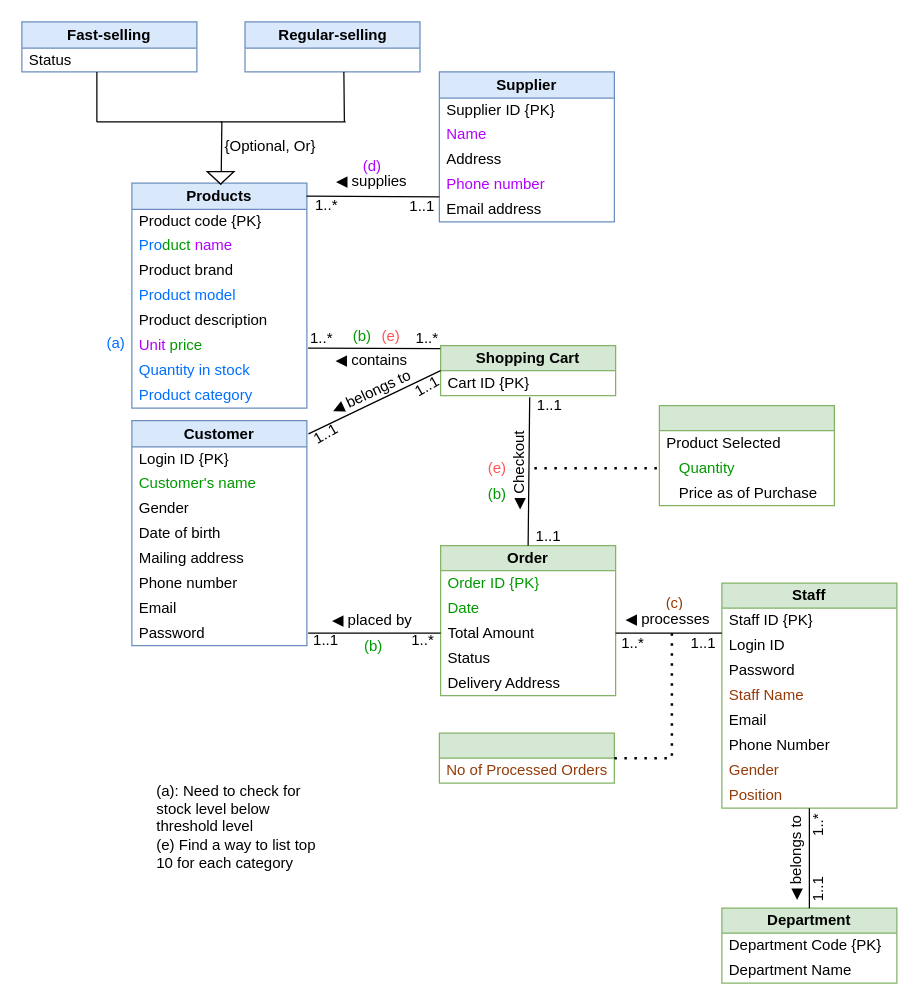
Before: Assignment_1.drawio in shadowngks/DBMS, a draw.io diagram. Source tidied: cells renumbered, new cells numbered last; positions are measured from the earlier drawing's top-left corner, leaving out a move shared by most shapes. Both pictures are drawn from the tidied source at 125%, with x=0, y=0 at pixel (21, 21).
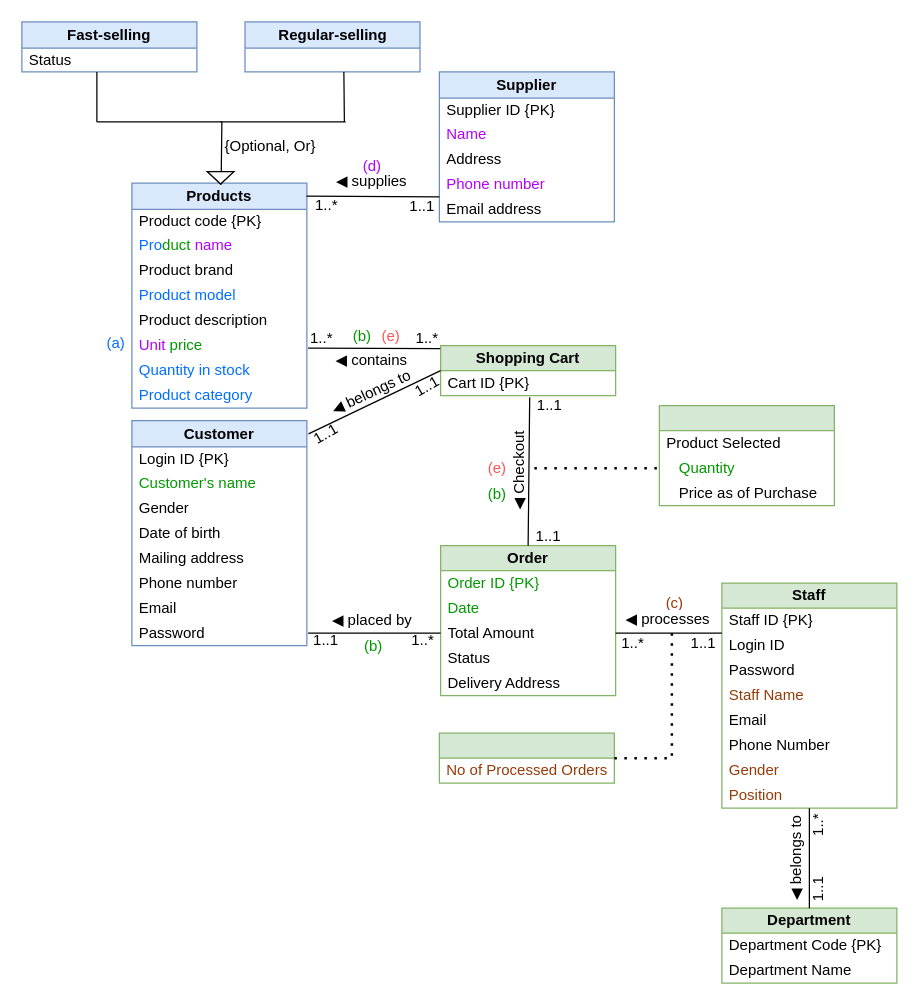
Above is the later version.

Commit message:
Still needs more fixing

Change to the diagram source:
```diff
@@
-    <mxCell id="48" value="(a): Need to check for stock level below threshold level&lt;div&gt;(e) Find a way to list top 10 for each category&lt;/div&gt;" style="text;html=1;align=left;verticalAlign=middle;whiteSpace=wrap;rounded=0;spacingLeft=4;" parent="1" vertex="1">
-      <mxGeometry x="101.5" y="579" width="140" height="130" as="geometry" />
-    </mxCell>
```
